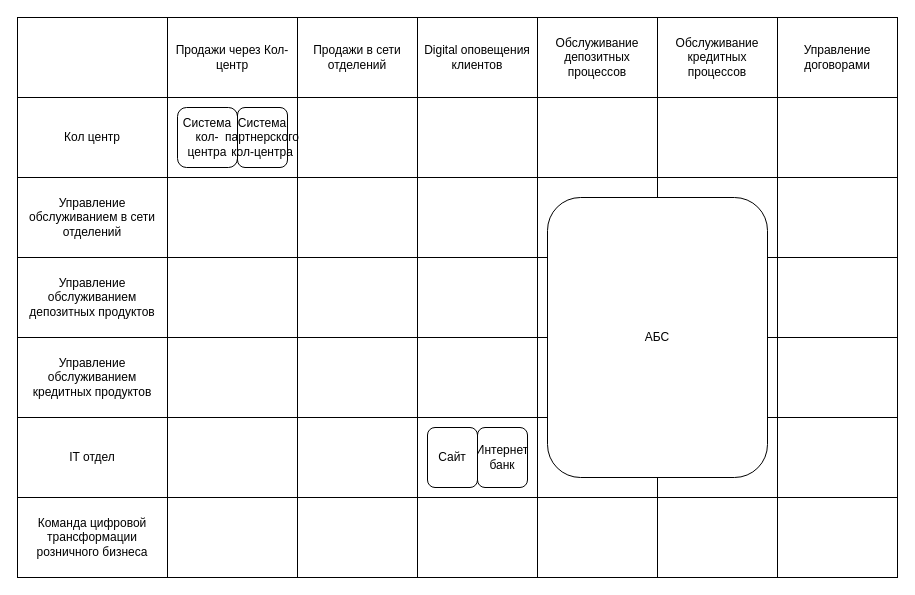
Above: Task1/Карта текущего IT ландшафта.drawio in ArtificeDeLite/architecture-standart (draw.io), before the change. Source tidied: cells renumbered, new cells numbered last; positions are measured from the earlier drawing's top-left corner, leaving out a move shared by most shapes. Both pictures are drawn from the tidied source at 100%, with x=0, y=0 at pixel (17, 17).
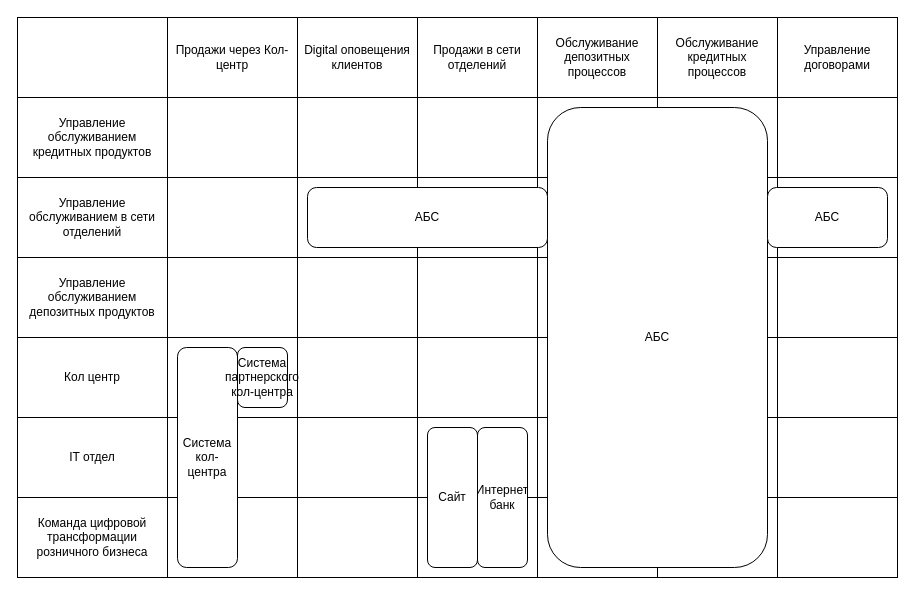
Above is the later version.

The change refers to these unchanged cells:
```xml
<mxCell id="3" style="shape=tableRow;horizontal=0;startSize=0;swimlaneHead=0;swimlaneBody=0;strokeColor=inherit;fillColor=none;fixedHeader=1;" parent="2" vertex="1">
  <mxGeometry width="880" height="80" as="geometry" />
</mxCell>
<mxCell id="11" style="shape=tableRow;horizontal=0;startSize=0;swimlaneHead=0;swimlaneBody=0;strokeColor=inherit;fillColor=none;fixedHeader=1;" parent="2" vertex="1">
  <mxGeometry y="80" width="880" height="80" as="geometry" />
</mxCell>
<mxCell id="35" style="shape=tableRow;horizontal=0;startSize=0;swimlaneHead=0;swimlaneBody=0;strokeColor=inherit;fillColor=none;fixedHeader=1;" parent="2" vertex="1">
  <mxGeometry y="320" width="880" height="80" as="geometry" />
</mxCell>
```

What changed in the source:
```diff
@@
-    <mxCell id="6" value="Продажи в сети отделений" style="shape=partialRectangle;html=1;whiteSpace=wrap;strokeColor=inherit;overflow=hidden;fillColor=none;" parent="3" vertex="1">
+    <mxCell id="6" value="Digital оповещения клиентов" style="shape=partialRectangle;html=1;whiteSpace=wrap;strokeColor=inherit;overflow=hidden;fillColor=none;" parent="3" vertex="1">
       <mxGeometry x="280" width="120" height="80" as="geometry" />
     </mxCell>
-    <mxCell id="7" value="Digital оповещения клиентов" style="shape=partialRectangle;html=1;whiteSpace=wrap;strokeColor=inherit;overflow=hidden;fillColor=none;" parent="3" vertex="1">
+    <mxCell id="7" value="&lt;div&gt;Продажи в сети отделений&lt;/div&gt;" style="shape=partialRectangle;html=1;whiteSpace=wrap;strokeColor=inherit;overflow=hidden;fillColor=none;" parent="3" vertex="1">
       <mxGeometry x="400" width="120" height="80" as="geometry" />
     </mxCell>
@@
-    <mxCell id="12" value="&lt;div&gt;Кол центр&lt;/div&gt;" style="shape=partialRectangle;html=1;whiteSpace=wrap;strokeColor=inherit;overflow=hidden;fillColor=none;" parent="11" vertex="1">
+    <mxCell id="12" value="Управление обслуживанием кредитных продуктов" style="shape=partialRectangle;html=1;whiteSpace=wrap;strokeColor=inherit;overflow=hidden;fillColor=none;" parent="11" vertex="1">
       <mxGeometry width="150" height="80" as="geometry" />
     </mxCell>
@@
-    <mxCell id="36" value="Управление обслуживанием кредитных продуктов" style="shape=partialRectangle;html=1;whiteSpace=wrap;strokeColor=inherit;overflow=hidden;fillColor=none;" parent="35" vertex="1">
+    <mxCell id="36" value="&lt;div&gt;Кол центр&lt;/div&gt;" style="shape=partialRectangle;html=1;whiteSpace=wrap;strokeColor=inherit;overflow=hidden;fillColor=none;" parent="35" vertex="1">
       <mxGeometry width="150" height="80" as="geometry" />
     </mxCell>
@@
     <mxCell id="59" value="Интернет банк" style="rounded=1;whiteSpace=wrap;html=1;roundedPerimeter=1;" parent="1" vertex="1">
-      <mxGeometry x="460" y="410" width="50" height="60" as="geometry" />
+      <mxGeometry x="460" y="410" width="50" height="140" as="geometry" />
     </mxCell>
-    <mxCell id="60" value="АБС" style="rounded=1;whiteSpace=wrap;html=1;roundedPerimeter=1;" parent="1" vertex="1">
-      <mxGeometry x="530" y="180" width="220" height="280" as="geometry" />
-    </mxCell>
     <mxCell id="61" value="Система кол-центра" style="rounded=1;whiteSpace=wrap;html=1;roundedPerimeter=1;" parent="1" vertex="1">
-      <mxGeometry x="160" y="90" width="60" height="60" as="geometry" />
+      <mxGeometry x="160" y="330" width="60" height="220" as="geometry" />
     </mxCell>
     <mxCell id="62" value="Сайт" style="rounded=1;whiteSpace=wrap;html=1;roundedPerimeter=1;" parent="1" vertex="1">
-      <mxGeometry x="410" y="410" width="50" height="60" as="geometry" />
+      <mxGeometry x="410" y="410" width="50" height="140" as="geometry" />
     </mxCell>
     <mxCell id="63" value="Система партнерского кол-центра" style="rounded=1;whiteSpace=wrap;html=1;roundedPerimeter=1;" parent="1" vertex="1">
-      <mxGeometry x="220" y="90" width="50" height="60" as="geometry" />
+      <mxGeometry x="220" y="330" width="50" height="60" as="geometry" />
     </mxCell>
+    <mxCell id="60" value="АБС" style="rounded=1;whiteSpace=wrap;html=1;roundedPerimeter=1;" parent="1" vertex="1">
+      <mxGeometry x="530" y="90" width="220" height="460" as="geometry" />
+    </mxCell>
+    <mxCell id="64" value="АБС" style="rounded=1;whiteSpace=wrap;html=1;roundedPerimeter=1;" parent="1" vertex="1">
+      <mxGeometry x="290" y="170" width="240" height="60" as="geometry" />
+    </mxCell>
+    <mxCell id="65" value="АБС" style="rounded=1;whiteSpace=wrap;html=1;roundedPerimeter=1;" parent="1" vertex="1">
+      <mxGeometry x="750" y="170" width="120" height="60" as="geometry" />
+    </mxCell>
```
